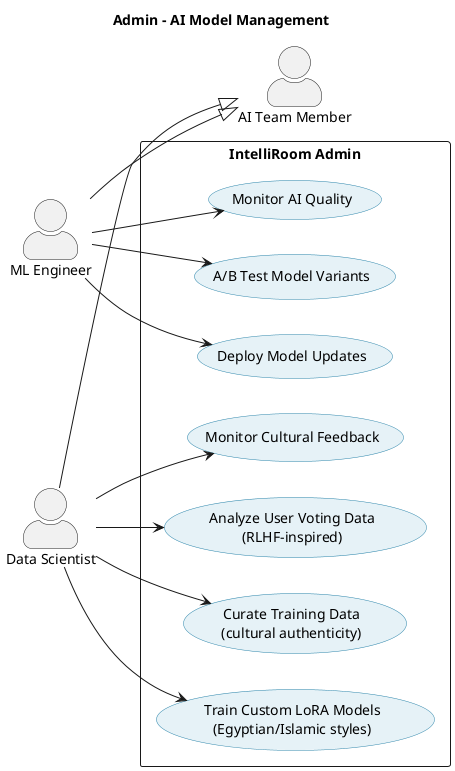
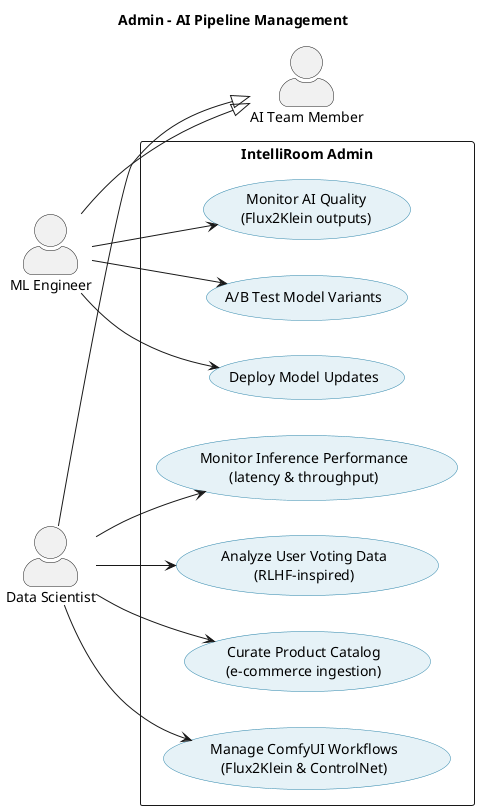
@startuml
- title Admin - AI Model Management
+ title Admin - AI Pipeline Management

left to right direction
skinparam actorStyle awesome
skinparam usecase {
  BackgroundColor #E6F2F7
  BorderColor #2E86AB
}

actor "AI Team Member" as AITeam
actor "Data Scientist" as DataScientist
actor "ML Engineer" as MLEngineer

DataScientist --|> AITeam
MLEngineer --|> AITeam

rectangle "IntelliRoom Admin" {
-   usecase "Curate Training Data\n(cultural authenticity)" as UC1
-   usecase "Train Custom LoRA Models\n(Egyptian/Islamic styles)" as UC2
+   usecase "Curate Product Catalog\n(e-commerce ingestion)" as UC1
+   usecase "Manage ComfyUI Workflows\n(Flux2Klein & ControlNet)" as UC2
  usecase "A/B Test Model Variants" as UC3
  usecase "Deploy Model Updates" as UC4
-   usecase "Monitor AI Quality" as UC5
+   usecase "Monitor AI Quality\n(Flux2Klein outputs)" as UC5
  usecase "Analyze User Voting Data\n(RLHF-inspired)" as UC6
-   usecase "Monitor Cultural Feedback" as UC7
+   usecase "Monitor Inference Performance\n(latency & throughput)" as UC7
}

DataScientist --> UC1
DataScientist --> UC2
DataScientist --> UC6
DataScientist --> UC7

MLEngineer --> UC3
MLEngineer --> UC4
MLEngineer --> UC5

@enduml
